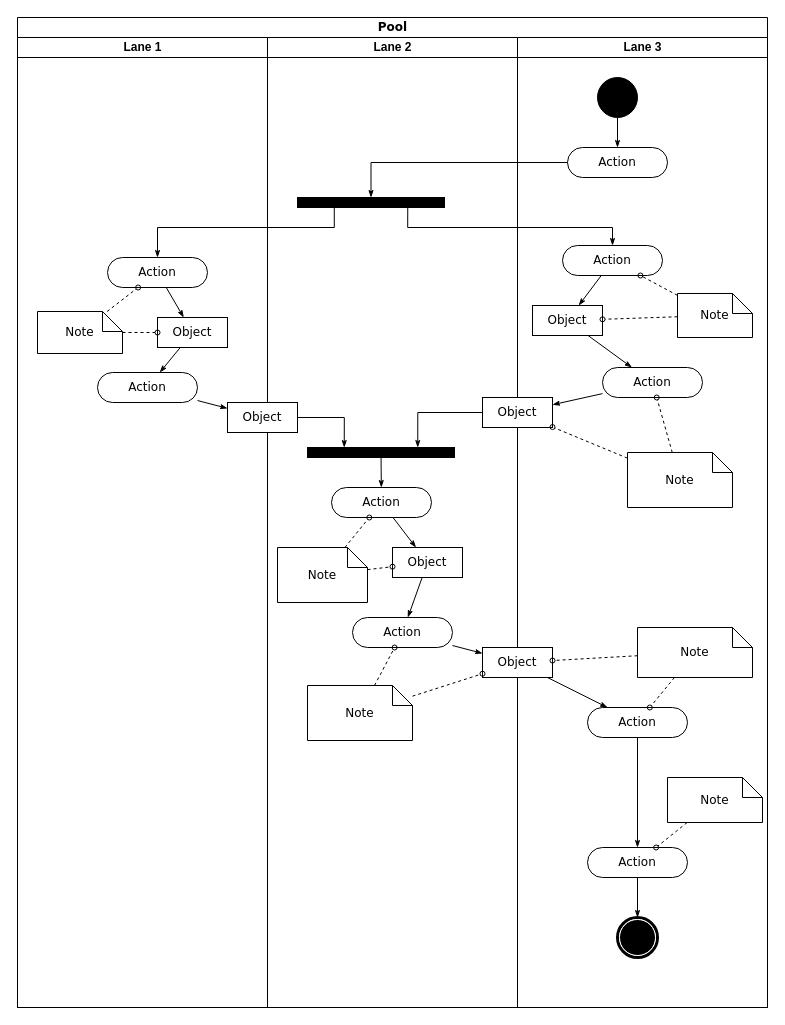
The draw.io diagram WB.UML.drawio in Jocca97/Workplace-bullying, before the edit. Source tidied: cells renumbered, new cells numbered last; positions are measured from the earlier drawing's top-left corner, leaving out a move shared by most shapes. Both pictures are drawn from the tidied source at 100%, with x=0, y=0 at pixel (17, 17).
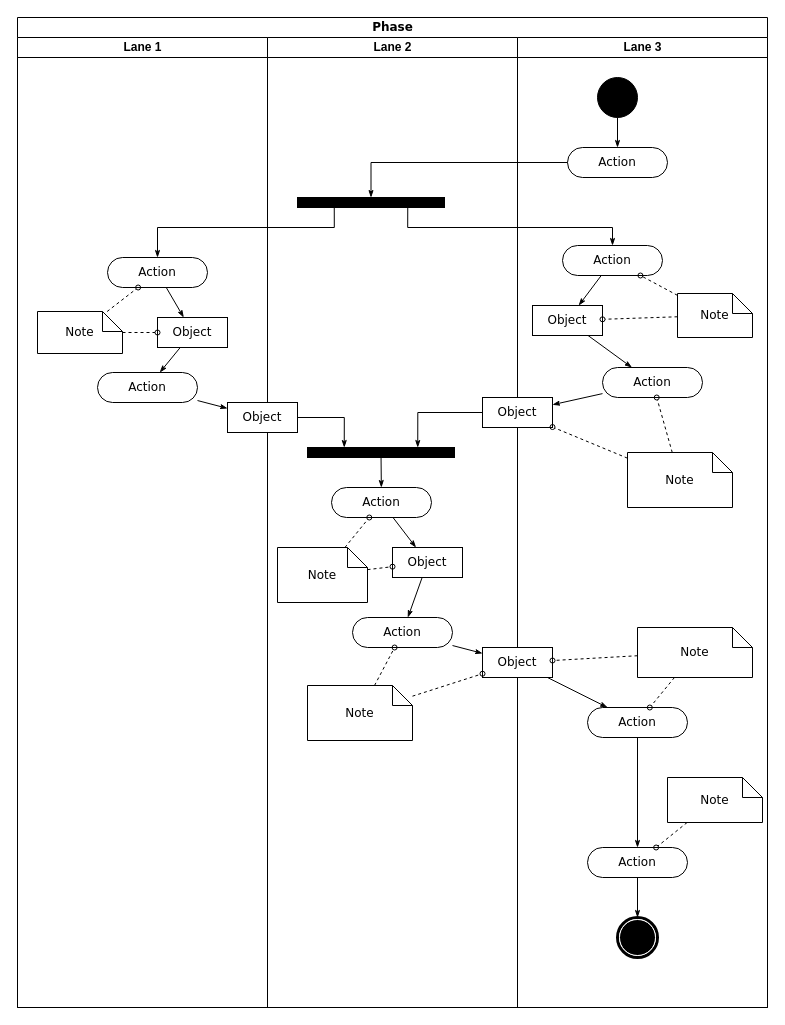
The same diagram, later.

The edit, as a diff of the source:
```diff
@@
-    <mxCell id="2" value="Pool" style="swimlane;html=1;startSize=20;rounded=0;shadow=0;comic=0;labelBackgroundColor=none;strokeWidth=1;fontFamily=Verdana;fontSize=12;align=center;" parent="1" vertex="1">
+    <mxCell id="2" value="Phase" style="swimlane;html=1;startSize=20;rounded=0;shadow=0;comic=0;labelBackgroundColor=none;strokeWidth=1;fontFamily=Verdana;fontSize=12;align=center;" parent="1" vertex="1">
       <mxGeometry width="750" height="990" as="geometry" />
     </mxCell>
```
